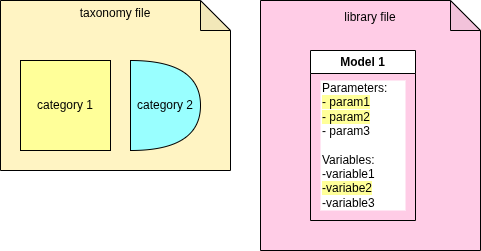
Before: doc/assets/6_taxonomy.png, a diagram exported from draw.io (AntaresSimulatorTeam/GEMS). Source tidied: cells renumbered, new cells last; positions are measured from the earlier drawing's top-left corner, leaving out a move shared by most shapes.
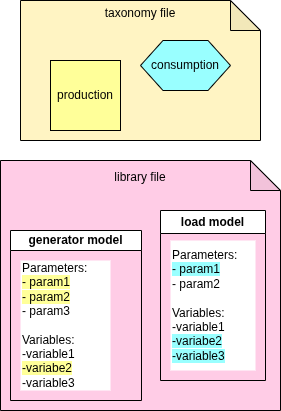
Later version of the same file.

Commit message:
update taxonomy scheme

Diff of the diagram source:
```diff
@@ -2,23 +2,29 @@
   <root>
     <mxCell id="0" />
     <mxCell id="1" parent="0" />
-    <mxCell id="2" value="taxonomy file&lt;div&gt;&lt;br&gt;&lt;/div&gt;&lt;div&gt;&lt;br&gt;&lt;/div&gt;&lt;div&gt;&lt;br&gt;&lt;/div&gt;&lt;div&gt;&lt;br&gt;&lt;/div&gt;&lt;div&gt;&lt;br&gt;&lt;/div&gt;&lt;div&gt;&lt;br&gt;&lt;/div&gt;&lt;div&gt;&lt;br&gt;&lt;/div&gt;&lt;div&gt;&lt;br&gt;&lt;/div&gt;&lt;div&gt;&lt;br&gt;&lt;/div&gt;&lt;div&gt;&lt;br&gt;&lt;/div&gt;" style="shape=note;whiteSpace=wrap;html=1;backgroundOutline=1;darkOpacity=0.05;fillColor=#FFF4C3;" parent="1" vertex="1">
-      <mxGeometry width="230" height="170" as="geometry" />
+    <mxCell id="2" value="taxonomy file&lt;div&gt;&lt;br&gt;&lt;/div&gt;&lt;div&gt;&lt;br&gt;&lt;/div&gt;&lt;div&gt;&lt;br&gt;&lt;/div&gt;&lt;div&gt;&lt;br&gt;&lt;/div&gt;&lt;div&gt;&lt;br&gt;&lt;/div&gt;&lt;div&gt;&lt;br&gt;&lt;/div&gt;&lt;div&gt;&lt;br&gt;&lt;/div&gt;&lt;div&gt;&lt;br&gt;&lt;/div&gt;" style="shape=note;whiteSpace=wrap;html=1;backgroundOutline=1;darkOpacity=0.05;fillColor=#FFF4C3;" parent="1" vertex="1">
+      <mxGeometry width="240" height="140" as="geometry" />
     </mxCell>
-    <mxCell id="3" value="category 1" style="whiteSpace=wrap;html=1;fillColor=#FFFF99;" parent="1" vertex="1">
-      <mxGeometry x="20" y="60" width="90" height="90" as="geometry" />
+    <mxCell id="3" value="production" style="whiteSpace=wrap;html=1;fillColor=#FFFF99;" parent="1" vertex="1">
+      <mxGeometry x="30" y="60" width="70" height="70" as="geometry" />
     </mxCell>
-    <mxCell id="4" value="category 2" style="shape=or;whiteSpace=wrap;html=1;fillColor=#99FFFF;" parent="1" vertex="1">
-      <mxGeometry x="130" y="60" width="70" height="90" as="geometry" />
+    <mxCell id="4" value="consumption" style="shape=hexagon;whiteSpace=wrap;html=1;fillColor=#99FFFF;" parent="1" vertex="1">
+      <mxGeometry x="120" y="40" width="90" height="50" as="geometry" />
     </mxCell>
     <mxCell id="5" value="&lt;div&gt;library file&lt;/div&gt;&lt;div&gt;&lt;br&gt;&lt;/div&gt;&lt;div&gt;&lt;br&gt;&lt;/div&gt;&lt;div&gt;&lt;br&gt;&lt;/div&gt;&lt;div&gt;&lt;br&gt;&lt;/div&gt;&lt;div&gt;&lt;br&gt;&lt;/div&gt;&lt;div&gt;&lt;br&gt;&lt;/div&gt;&lt;div&gt;&lt;br&gt;&lt;/div&gt;&lt;div&gt;&lt;br&gt;&lt;/div&gt;&lt;div&gt;&lt;br&gt;&lt;/div&gt;&lt;div&gt;&lt;br&gt;&lt;/div&gt;&lt;div&gt;&lt;br&gt;&lt;/div&gt;&lt;div&gt;&lt;br&gt;&lt;/div&gt;&lt;div&gt;&lt;br&gt;&lt;/div&gt;&lt;div&gt;&lt;br&gt;&lt;/div&gt;&lt;div&gt;&lt;br&gt;&lt;/div&gt;" style="shape=note;whiteSpace=wrap;html=1;backgroundOutline=1;darkOpacity=0.05;fillColor=#FFCCE6;" parent="1" vertex="1">
-      <mxGeometry x="260" width="220" height="250" as="geometry" />
+      <mxGeometry x="-20" y="160" width="280" height="250" as="geometry" />
     </mxCell>
-    <mxCell id="6" value="Model 1" style="swimlane;whiteSpace=wrap;html=1;fillColor=#FFFFFF;" parent="1" vertex="1">
-      <mxGeometry x="310" y="50" width="105" height="170" as="geometry" />
+    <mxCell id="6" value="generator model" style="swimlane;whiteSpace=wrap;html=1;fillColor=#FFFFFF;startSize=20;" parent="1" vertex="1">
+      <mxGeometry x="-10" y="230" width="131" height="170" as="geometry" />
     </mxCell>
     <mxCell id="7" value="Parameters:&lt;div&gt;&lt;span style=&quot;background-color: rgb(255, 255, 153);&quot;&gt;- param1&lt;/span&gt;&lt;/div&gt;&lt;div&gt;&lt;span style=&quot;background-color: rgb(255, 255, 153);&quot;&gt;- param2&lt;/span&gt;&lt;/div&gt;&lt;div&gt;- param3&lt;/div&gt;&lt;div&gt;&lt;br&gt;&lt;/div&gt;&lt;div&gt;Variables:&lt;/div&gt;&lt;div&gt;-variable1&lt;/div&gt;&lt;div&gt;&lt;span style=&quot;background-color: rgb(255, 255, 153);&quot;&gt;-variabe2&lt;/span&gt;&lt;/div&gt;&lt;div&gt;-variable3&lt;/div&gt;" style="text;html=1;whiteSpace=wrap;strokeColor=none;fillColor=#FFFFFF;align=left;verticalAlign=middle;rounded=0;" parent="6" vertex="1">
-      <mxGeometry x="10" y="30" width="85" height="130" as="geometry" />
+      <mxGeometry x="10" y="30" width="90" height="130" as="geometry" />
     </mxCell>
+    <mxCell id="8" value="load model" style="swimlane;whiteSpace=wrap;html=1;fillColor=#FFFFFF;" parent="1" vertex="1">
+      <mxGeometry x="140" y="210" width="105" height="170" as="geometry" />
+    </mxCell>
+    <mxCell id="9" value="Parameters:&lt;div&gt;&lt;span style=&quot;background-color: rgb(153, 255, 255);&quot;&gt;- param1&lt;/span&gt;&lt;/div&gt;&lt;div&gt;- param2&lt;/div&gt;&lt;div&gt;&lt;br&gt;&lt;/div&gt;&lt;div&gt;Variables:&lt;/div&gt;&lt;div&gt;-variable1&lt;/div&gt;&lt;div&gt;&lt;span style=&quot;background-color: rgb(153, 255, 255);&quot;&gt;-variabe2&lt;/span&gt;&lt;/div&gt;&lt;div&gt;&lt;span style=&quot;background-color: rgb(153, 255, 255);&quot;&gt;-variable3&lt;/span&gt;&lt;/div&gt;" style="text;html=1;whiteSpace=wrap;strokeColor=none;fillColor=#FFFFFF;align=left;verticalAlign=middle;rounded=0;" parent="8" vertex="1">
+      <mxGeometry x="10" y="30" width="85" height="130" as="geometry" />
+    </mxCell>
   </root>
 </mxGraphModel>
```
